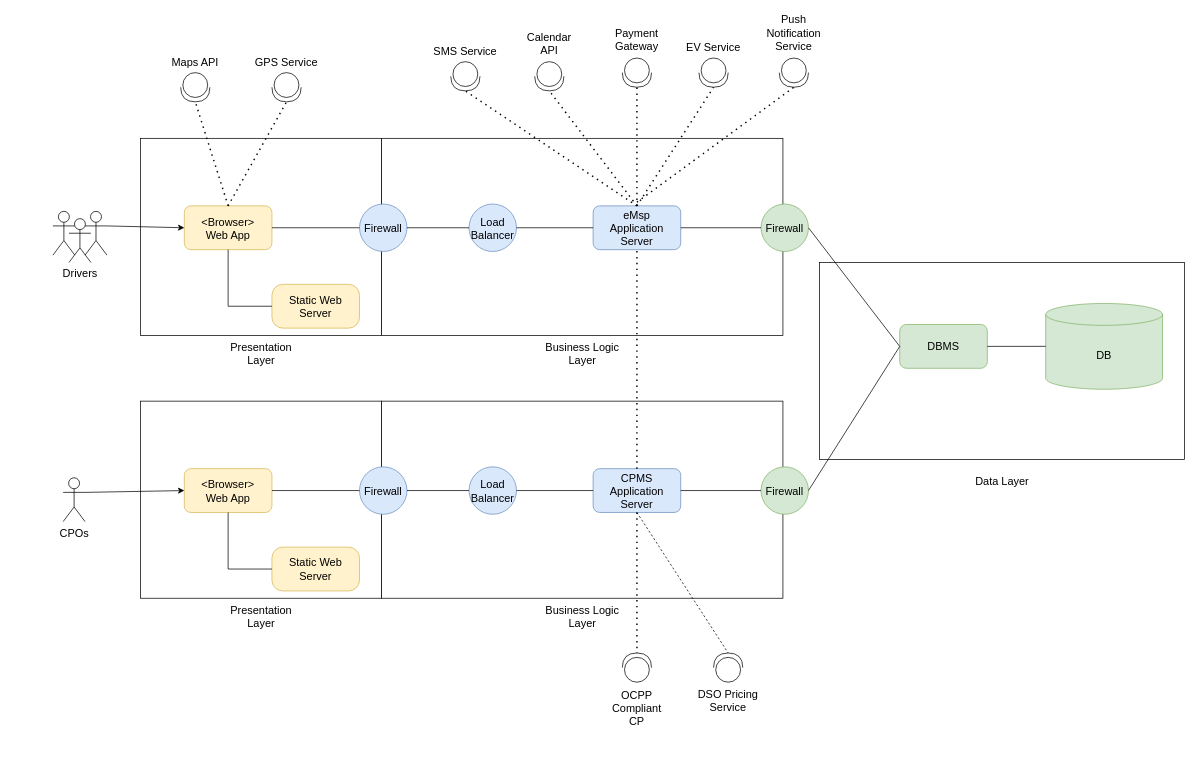
gio-del/eMall keeps this draw.io diagram as DD/src/Overview/overview_diagram.drawio. Above is the earlier version. Source tidied: cells renumbered, new cells numbered last; positions are measured from the earlier drawing's top-left corner, leaving out a move shared by most shapes. Both pictures are drawn from the tidied source at 73%, with x=0, y=0 at pixel (53, 21). Pictures stored in the file or linked from it are replaced by grey dashed boxes.
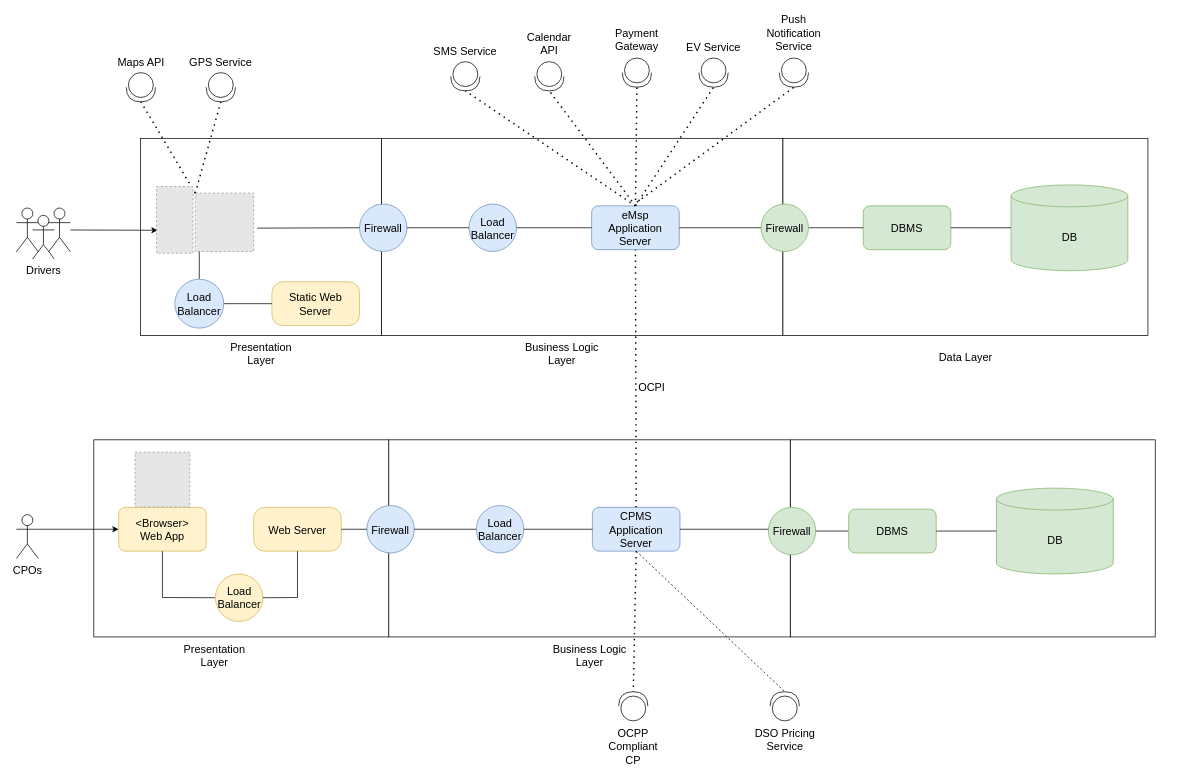
The same page after the edit.

Commit message (it also covers changes not shown here):
DD: component diagram, overall architecture

The change refers to these unchanged cells:
```xml
<mxCell id="12" value="&lt;div style=&quot;font-size: 15px;&quot;&gt;Firewall&lt;/div&gt;" style="ellipse;whiteSpace=wrap;html=1;fillColor=#dae8fc;strokeColor=#6c8ebf;fontSize=15;" parent="1" vertex="1">
  <mxGeometry x="420" y="250" width="65" height="65" as="geometry" />
</mxCell>
```

The edit, as a diff of the source:
```diff
@@
+    <mxCell id="73" style="rounded=0;whiteSpace=wrap;html=1;fontSize=15;" parent="1" vertex="1">
+      <mxGeometry x="1010" y="573" width="500" height="270" as="geometry" />
+    </mxCell>
@@
-    <mxCell id="4" value="&lt;div style=&quot;font-size: 15px;&quot;&gt;&amp;lt;Browser&amp;gt;&lt;/div&gt;&lt;div style=&quot;font-size: 15px;&quot;&gt;Web App&lt;/div&gt;" style="rounded=1;whiteSpace=wrap;html=1;fillColor=#fff2cc;strokeColor=#d6b656;fontSize=15;" parent="1" vertex="1">
-      <mxGeometry x="180" y="252.5" width="120" height="60" as="geometry" />
-    </mxCell>
     <mxCell id="5" style="shape=umlActor;verticalLabelPosition=bottom;verticalAlign=top;html=1;fontSize=15;" parent="1" vertex="1">
-      <mxGeometry y="260" width="30" height="60" as="geometry" />
+      <mxGeometry x="-50" y="255.5" width="30" height="60" as="geometry" />
     </mxCell>
     <mxCell id="6" value="&lt;div style=&quot;font-size: 15px;&quot;&gt;Drivers&lt;/div&gt;" style="shape=umlActor;verticalLabelPosition=bottom;verticalAlign=top;html=1;fontSize=15;" parent="1" vertex="1">
-      <mxGeometry x="22" y="270" width="30" height="60" as="geometry" />
+      <mxGeometry x="-28" y="265.5" width="30" height="60" as="geometry" />
     </mxCell>
     <mxCell id="7" value="&lt;div style=&quot;font-size: 15px;&quot;&gt;&lt;br style=&quot;font-size: 15px;&quot;&gt;&lt;/div&gt;&lt;div style=&quot;font-size: 15px;&quot;&gt;&lt;br style=&quot;font-size: 15px;&quot;&gt;&lt;/div&gt;" style="shape=umlActor;verticalLabelPosition=bottom;verticalAlign=top;html=1;outlineConnect=0;fontSize=15;" parent="1" vertex="1">
-      <mxGeometry x="44" y="260" width="30" height="60" as="geometry" />
+      <mxGeometry x="-6" y="255.5" width="30" height="60" as="geometry" />
     </mxCell>
     <mxCell id="8" value="CPOs" style="shape=umlActor;verticalLabelPosition=bottom;verticalAlign=top;html=1;outlineConnect=0;fontSize=15;" parent="1" vertex="1">
-      <mxGeometry x="14" y="625" width="30" height="60" as="geometry" />
+      <mxGeometry x="-50" y="675.5" width="30" height="60" as="geometry" />
     </mxCell>
-    <mxCell id="9" style="endArrow=classic;html=1;rounded=0;exitX=1;exitY=0.3333333333333333;exitDx=0;exitDy=0;exitPerimeter=0;entryX=0;entryY=0.5;entryDx=0;entryDy=0;fontSize=15;" parent="1" edge="1" source="7" target="4">
+    <mxCell id="9" style="endArrow=classic;html=1;rounded=0;fontSize=15;entryX=0.03;entryY=0.656;entryDx=0;entryDy=0;entryPerimeter=0;" parent="1" edge="1" source="7" target="80">
       <mxGeometry relative="1" as="geometry" />
     </mxCell>
     <mxCell id="10" value="Static Web Server" style="rounded=1;whiteSpace=wrap;html=1;arcSize=25;fillColor=#fff2cc;strokeColor=#d6b656;fontSize=15;" parent="1" vertex="1">
-      <mxGeometry x="300" y="360" width="120" height="60" as="geometry" />
+      <mxGeometry x="300" y="356.5" width="120" height="60" as="geometry" />
     </mxCell>
-    <mxCell id="11" style="endArrow=none;html=1;rounded=0;entryX=0.5;entryY=1;entryDx=0;entryDy=0;exitX=0;exitY=0.5;exitDx=0;exitDy=0;fontSize=15;" parent="1" edge="1" source="10" target="4">
+    <mxCell id="11" style="endArrow=none;html=1;rounded=0;entryX=0.5;entryY=1;entryDx=0;entryDy=0;exitX=0.5;exitY=0;exitDx=0;exitDy=0;fontSize=15;startArrow=none;" parent="1" edge="1" source="75">
       <mxGeometry relative="1" as="geometry">
-        <Array as="points">
-          <mxPoint x="240" y="390" />
-        </Array>
+        <mxPoint x="200.5" y="312.5" as="targetPoint" />
       </mxGeometry>
     </mxCell>
@@
     <mxCell id="14" value="&lt;div style=&quot;font-size: 15px;&quot;&gt;eMsp&lt;/div&gt;&lt;div style=&quot;font-size: 15px;&quot;&gt;Application Server&lt;/div&gt;" style="rounded=1;whiteSpace=wrap;html=1;fillColor=#dae8fc;strokeColor=#6c8ebf;fontSize=15;" parent="1" vertex="1">
-      <mxGeometry x="740" y="252.5" width="120" height="60" as="geometry" />
+      <mxGeometry x="738" y="252.5" width="120" height="60" as="geometry" />
     </mxCell>
-    <mxCell id="15" value="&lt;div style=&quot;font-size: 15px;&quot;&gt;Firewall&lt;/div&gt;" style="ellipse;whiteSpace=wrap;html=1;fillColor=#d5e8d4;strokeColor=#82b366;fontSize=15;" parent="1" vertex="1">
-      <mxGeometry x="970" y="250" width="65" height="65" as="geometry" />
-    </mxCell>
     <mxCell id="16" style="shape=providedRequiredInterface;html=1;verticalLabelPosition=bottom;sketch=0;rotation=90;verticalAlign=top;fontSize=15;" parent="1" vertex="1">
-      <mxGeometry x="175" y="70" width="40" height="40" as="geometry" />
+      <mxGeometry x="100.5" y="70" width="40" height="40" as="geometry" />
     </mxCell>
-    <mxCell id="17" style="endArrow=none;dashed=1;html=1;dashPattern=1 3;strokeWidth=2;rounded=0;entryX=1;entryY=0.5;entryDx=0;entryDy=0;entryPerimeter=0;exitX=0.5;exitY=0;exitDx=0;exitDy=0;fontSize=15;" parent="1" edge="1" source="4" target="16">
+    <mxCell id="17" style="endArrow=none;dashed=1;html=1;dashPattern=1 3;strokeWidth=2;rounded=0;entryX=1;entryY=0.5;entryDx=0;entryDy=0;entryPerimeter=0;fontSize=15;exitX=0;exitY=0;exitDx=0;exitDy=0;" parent="1" edge="1" source="81" target="16">
       <mxGeometry relative="1" as="geometry" />
     </mxCell>
-    <mxCell id="18" style="endArrow=none;html=1;rounded=0;exitX=1;exitY=0.5;exitDx=0;exitDy=0;entryX=0;entryY=0.5;entryDx=0;entryDy=0;fontSize=15;" parent="1" edge="1" source="4" target="12">
-      <mxGeometry relative="1" as="geometry" />
+    <mxCell id="18" style="endArrow=none;html=1;rounded=0;entryX=0;entryY=0.5;entryDx=0;entryDy=0;fontSize=15;" parent="1" edge="1" target="12">
+      <mxGeometry relative="1" as="geometry">
+        <mxPoint x="280" y="283" as="sourcePoint" />
+      </mxGeometry>
     </mxCell>
@@
     <mxCell id="23" value="Business Logic Layer" style="text;html=1;strokeColor=none;fillColor=none;align=center;verticalAlign=middle;whiteSpace=wrap;rounded=0;fontSize=15;" parent="1" vertex="1">
-      <mxGeometry x="662.5" y="440" width="125" height="30" as="geometry" />
+      <mxGeometry x="635" y="440" width="125" height="30" as="geometry" />
     </mxCell>
     <mxCell id="24" value="Maps API" style="text;html=1;strokeColor=none;fillColor=none;align=center;verticalAlign=middle;whiteSpace=wrap;rounded=0;fontSize=15;" parent="1" vertex="1">
-      <mxGeometry x="150" y="40" width="90" height="30" as="geometry" />
+      <mxGeometry x="75.5" y="40" width="90" height="30" as="geometry" />
     </mxCell>
     <mxCell id="25" style="rounded=0;whiteSpace=wrap;html=1;fontSize=15;" parent="1" vertex="1">
-      <mxGeometry x="1050" y="330" width="500" height="270" as="geometry" />
+      <mxGeometry x="1000" y="160" width="500" height="270" as="geometry" />
     </mxCell>
     <mxCell id="26" style="rounded=0;whiteSpace=wrap;html=1;fontSize=15;" parent="1" vertex="1">
-      <mxGeometry x="450" y="520" width="550" height="270" as="geometry" />
+      <mxGeometry x="460" y="573" width="550" height="270" as="geometry" />
     </mxCell>
     <mxCell id="27" style="rounded=0;whiteSpace=wrap;html=1;fontSize=15;" parent="1" vertex="1">
-      <mxGeometry x="120" y="520" width="330" height="270" as="geometry" />
+      <mxGeometry x="56" y="573" width="404" height="270" as="geometry" />
     </mxCell>
     <mxCell id="28" value="&lt;div style=&quot;font-size: 15px;&quot;&gt;&amp;lt;Browser&amp;gt;&lt;/div&gt;&lt;div style=&quot;font-size: 15px;&quot;&gt;Web App&lt;/div&gt;" style="rounded=1;whiteSpace=wrap;html=1;fillColor=#fff2cc;strokeColor=#d6b656;fontSize=15;" parent="1" vertex="1">
-      <mxGeometry x="180" y="612.5" width="120" height="60" as="geometry" />
+      <mxGeometry x="90" y="665.5" width="120" height="60" as="geometry" />
     </mxCell>
-    <mxCell id="29" value="Static Web Server" style="rounded=1;whiteSpace=wrap;html=1;arcSize=25;fillColor=#fff2cc;strokeColor=#d6b656;fontSize=15;" parent="1" vertex="1">
-      <mxGeometry x="300" y="720" width="120" height="60" as="geometry" />
+    <mxCell id="29" value="Web Server" style="rounded=1;whiteSpace=wrap;html=1;arcSize=25;fillColor=#fff2cc;strokeColor=#d6b656;fontSize=15;" parent="1" vertex="1">
+      <mxGeometry x="275" y="665.5" width="120" height="60" as="geometry" />
     </mxCell>
-    <mxCell id="30" style="endArrow=none;html=1;rounded=0;entryX=0.5;entryY=1;entryDx=0;entryDy=0;exitX=0;exitY=0.5;exitDx=0;exitDy=0;fontSize=15;" parent="1" edge="1" source="29" target="28">
-      <mxGeometry relative="1" as="geometry">
-        <Array as="points">
-          <mxPoint x="240" y="750" />
-        </Array>
-      </mxGeometry>
-    </mxCell>
     <mxCell id="31" value="&lt;div style=&quot;font-size: 15px;&quot;&gt;Firewall&lt;/div&gt;" style="ellipse;whiteSpace=wrap;html=1;fillColor=#dae8fc;strokeColor=#6c8ebf;fontSize=15;" parent="1" vertex="1">
-      <mxGeometry x="420" y="610" width="65" height="65" as="geometry" />
+      <mxGeometry x="430" y="663" width="65" height="65" as="geometry" />
     </mxCell>
     <mxCell id="32" value="Load Balancer" style="ellipse;whiteSpace=wrap;html=1;fillColor=#dae8fc;strokeColor=#6c8ebf;fontSize=15;" parent="1" vertex="1">
-      <mxGeometry x="570" y="610" width="65" height="65" as="geometry" />
+      <mxGeometry x="580" y="663" width="65" height="65" as="geometry" />
     </mxCell>
     <mxCell id="33" value="&lt;div style=&quot;font-size: 15px;&quot;&gt;CPMS&lt;/div&gt;&lt;div style=&quot;font-size: 15px;&quot;&gt;Application Server&lt;/div&gt;" style="rounded=1;whiteSpace=wrap;html=1;fillColor=#dae8fc;strokeColor=#6c8ebf;fontSize=15;" parent="1" vertex="1">
-      <mxGeometry x="740" y="612.5" width="120" height="60" as="geometry" />
+      <mxGeometry x="739" y="665.5" width="120" height="60" as="geometry" />
     </mxCell>
     <mxCell id="34" value="&lt;div style=&quot;font-size: 15px;&quot;&gt;Firewall&lt;/div&gt;" style="ellipse;whiteSpace=wrap;html=1;fillColor=#d5e8d4;strokeColor=#82b366;fontSize=15;" parent="1" vertex="1">
-      <mxGeometry x="970" y="610" width="65" height="65" as="geometry" />
+      <mxGeometry x="980" y="665.5" width="65" height="65" as="geometry" />
     </mxCell>
     <mxCell id="35" value="DBMS" style="rounded=1;whiteSpace=wrap;html=1;fillColor=#d5e8d4;strokeColor=#82b366;fontSize=15;" parent="1" vertex="1">
-      <mxGeometry x="1160" y="415" width="120" height="60" as="geometry" />
+      <mxGeometry x="1110" y="252.5" width="120" height="60" as="geometry" />
     </mxCell>
     <mxCell id="36" value="DB" style="shape=cylinder3;whiteSpace=wrap;html=1;boundedLbl=1;backgroundOutline=1;size=15;fillColor=#d5e8d4;strokeColor=#82b366;fontSize=15;" parent="1" vertex="1">
-      <mxGeometry x="1360" y="386.2" width="160" height="117.5" as="geometry" />
+      <mxGeometry x="1312.5" y="223.8" width="160" height="117.5" as="geometry" />
     </mxCell>
-    <mxCell id="37" style="endArrow=none;html=1;rounded=0;exitX=1;exitY=0.5;exitDx=0;exitDy=0;entryX=0;entryY=0.5;entryDx=0;entryDy=0;fontSize=15;" parent="1" edge="1" source="28" target="31">
-      <mxGeometry relative="1" as="geometry" />
+    <mxCell id="37" style="endArrow=none;html=1;rounded=0;exitX=0.5;exitY=1;exitDx=0;exitDy=0;fontSize=15;entryX=0;entryY=0.5;entryDx=0;entryDy=0;" parent="1" edge="1" source="28" target="83">
+      <mxGeometry relative="1" as="geometry">
+        <Array as="points">
+          <mxPoint x="150" y="789" />
+        </Array>
+      </mxGeometry>
     </mxCell>
@@
-    <mxCell id="40" style="endArrow=none;html=1;rounded=0;exitX=1;exitY=0.5;exitDx=0;exitDy=0;entryX=0;entryY=0.5;entryDx=0;entryDy=0;fontSize=15;" parent="1" edge="1" source="33" target="34">
-      <mxGeometry relative="1" as="geometry" />
+    <mxCell id="40" style="endArrow=none;html=1;rounded=0;exitX=1;exitY=0.5;exitDx=0;exitDy=0;entryX=0;entryY=0.5;entryDx=0;entryDy=0;fontSize=15;" parent="1" edge="1" source="33">
+      <mxGeometry relative="1" as="geometry">
+        <mxPoint x="980" y="695.5" as="targetPoint" />
+      </mxGeometry>
     </mxCell>
-    <mxCell id="41" style="endArrow=none;html=1;rounded=0;exitX=1;exitY=0.5;exitDx=0;exitDy=0;entryX=0;entryY=0.5;entryDx=0;entryDy=0;fontSize=15;" parent="1" edge="1" source="34" target="35">
+    <mxCell id="41" style="endArrow=none;html=1;rounded=0;exitX=1;exitY=0.5;exitDx=0;exitDy=0;fontSize=15;entryX=0;entryY=0.5;entryDx=0;entryDy=0;" parent="1" edge="1" source="34" target="77">
       <mxGeometry relative="1" as="geometry" />
     </mxCell>
@@
     <mxCell id="43" value="Presentation Layer" style="text;html=1;strokeColor=none;fillColor=none;align=center;verticalAlign=middle;whiteSpace=wrap;rounded=0;fontSize=15;" parent="1" vertex="1">
-      <mxGeometry x="222.5" y="800" width="125" height="30" as="geometry" />
+      <mxGeometry x="158.5" y="853" width="125" height="30" as="geometry" />
     </mxCell>
     <mxCell id="44" value="Business Logic Layer" style="text;html=1;strokeColor=none;fillColor=none;align=center;verticalAlign=middle;whiteSpace=wrap;rounded=0;fontSize=15;" parent="1" vertex="1">
-      <mxGeometry x="662.5" y="800" width="125" height="30" as="geometry" />
+      <mxGeometry x="672.5" y="853" width="125" height="30" as="geometry" />
     </mxCell>
     <mxCell id="45" value="Data Layer" style="text;html=1;strokeColor=none;fillColor=none;align=center;verticalAlign=middle;whiteSpace=wrap;rounded=0;fontSize=15;" parent="1" vertex="1">
-      <mxGeometry x="1237.5" y="615" width="125" height="30" as="geometry" />
+      <mxGeometry x="1187.5" y="445" width="125" height="30" as="geometry" />
     </mxCell>
@@
-    <mxCell id="47" style="endArrow=none;dashed=1;html=1;dashPattern=1 3;strokeWidth=2;rounded=0;entryX=0.5;entryY=1;entryDx=0;entryDy=0;exitX=0.5;exitY=0;exitDx=0;exitDy=0;" parent="1" edge="1" source="33" target="14">
+    <mxCell id="47" style="endArrow=none;dashed=1;html=1;dashPattern=1 3;strokeWidth=2;rounded=0;entryX=0.5;entryY=1;entryDx=0;entryDy=0;exitX=0.5;exitY=0;exitDx=0;exitDy=0;fontSize=15;" parent="1" edge="1" source="33" target="14">
       <mxGeometry relative="1" as="geometry" />
     </mxCell>
+    <mxCell id="74" value="OCPI" style="edgeLabel;html=1;align=center;verticalAlign=middle;fontSize=15;" parent="47" vertex="1">
+      <mxGeometry x="-0.13" relative="1" as="geometry">
+        <mxPoint x="21" y="-11" as="offset" />
+      </mxGeometry>
+    </mxCell>
     <mxCell id="48" style="shape=providedRequiredInterface;html=1;verticalLabelPosition=bottom;sketch=0;rotation=-90;verticalAlign=top;fontSize=15;" parent="1" vertex="1">
-      <mxGeometry x="780" y="865" width="40" height="40" as="geometry" />
+      <mxGeometry x="775" y="918" width="40" height="40" as="geometry" />
     </mxCell>
@@
     <mxCell id="50" value="OCPP Compliant CP" style="text;html=1;strokeColor=none;fillColor=none;align=center;verticalAlign=middle;whiteSpace=wrap;rounded=0;fontSize=15;" parent="1" vertex="1">
-      <mxGeometry x="755" y="925" width="90" height="30" as="geometry" />
+      <mxGeometry x="750" y="978" width="90" height="30" as="geometry" />
     </mxCell>
-    <mxCell id="51" style="endArrow=none;dashed=1;html=1;rounded=0;exitX=0.5;exitY=1;exitDx=0;exitDy=0;entryX=1;entryY=0.5;entryDx=0;entryDy=0;entryPerimeter=0;" parent="1" edge="1" source="33" target="70">
+    <mxCell id="51" style="endArrow=none;dashed=1;html=1;rounded=0;exitX=0.5;exitY=1;exitDx=0;exitDy=0;entryX=1;entryY=0.5;entryDx=0;entryDy=0;entryPerimeter=0;fontSize=15;" parent="1" edge="1" source="33" target="70">
       <mxGeometry relative="1" as="geometry" />
     </mxCell>
-    <mxCell id="52" style="endArrow=none;dashed=1;html=1;dashPattern=1 3;strokeWidth=2;rounded=0;exitX=0.5;exitY=0;exitDx=0;exitDy=0;fontSize=15;entryX=1;entryY=0.5;entryDx=0;entryDy=0;entryPerimeter=0;" parent="1" edge="1" source="4" target="53">
+    <mxCell id="52" style="endArrow=none;dashed=1;html=1;dashPattern=1 3;strokeWidth=2;rounded=0;fontSize=15;entryX=1;entryY=0.5;entryDx=0;entryDy=0;entryPerimeter=0;exitX=0;exitY=0;exitDx=0;exitDy=0;" parent="1" edge="1" source="81" target="53">
       <mxGeometry relative="1" as="geometry" />
     </mxCell>
     <mxCell id="53" style="shape=providedRequiredInterface;html=1;verticalLabelPosition=bottom;sketch=0;rotation=90;verticalAlign=top;fontSize=15;" parent="1" vertex="1">
-      <mxGeometry x="300" y="70" width="40" height="40" as="geometry" />
+      <mxGeometry x="210" y="70" width="40" height="40" as="geometry" />
     </mxCell>
     <mxCell id="54" value="GPS Service" style="text;html=1;strokeColor=none;fillColor=none;align=center;verticalAlign=middle;whiteSpace=wrap;rounded=0;fontSize=15;" parent="1" vertex="1">
-      <mxGeometry x="275" y="40" width="90" height="30" as="geometry" />
+      <mxGeometry x="185" y="40" width="90" height="30" as="geometry" />
     </mxCell>
@@
-    <mxCell id="70" style="shape=providedRequiredInterface;html=1;verticalLabelPosition=bottom;sketch=0;rotation=-90;verticalAlign=top;fontSize=15;" parent="1" vertex="1">
-      <mxGeometry x="905" y="865" width="40" height="40" as="geometry" />
+    <mxCell id="70" style="shape=providedRequiredInterface;html=1;verticalLabelPosition=bottom;sketch=0;rotation=-90;verticalAlign=top;fontSize=15;shadow=0;" parent="1" vertex="1">
+      <mxGeometry x="982.5" y="918" width="40" height="40" as="geometry" />
     </mxCell>
     <mxCell id="71" value="DSO Pricing Service" style="text;html=1;strokeColor=none;fillColor=none;align=center;verticalAlign=middle;whiteSpace=wrap;rounded=0;fontSize=15;" parent="1" vertex="1">
-      <mxGeometry x="880" y="915" width="90" height="30" as="geometry" />
+      <mxGeometry x="957.5" y="968" width="90" height="30" as="geometry" />
     </mxCell>
@@
+    <mxCell id="15" value="&lt;div style=&quot;font-size: 15px;&quot;&gt;Firewall&lt;/div&gt;" style="ellipse;whiteSpace=wrap;html=1;fillColor=#d5e8d4;strokeColor=#82b366;fontSize=15;" parent="1" vertex="1">
+      <mxGeometry x="970" y="250" width="65" height="65" as="geometry" />
+    </mxCell>
+    <mxCell id="75" value="&lt;div&gt;Load&lt;/div&gt;&lt;div&gt;Balancer&lt;br&gt;&lt;/div&gt;" style="ellipse;whiteSpace=wrap;html=1;fillColor=#dae8fc;strokeColor=#6c8ebf;fontSize=15;" parent="1" vertex="1">
+      <mxGeometry x="167" y="353" width="67" height="67" as="geometry" />
+    </mxCell>
+    <mxCell id="76" style="endArrow=none;html=1;rounded=0;entryX=1;entryY=0.5;entryDx=0;entryDy=0;exitX=0;exitY=0.5;exitDx=0;exitDy=0;fontSize=15;" parent="1" edge="1" source="10" target="75">
+      <mxGeometry relative="1" as="geometry" />
+    </mxCell>
+    <mxCell id="77" value="DBMS" style="rounded=1;whiteSpace=wrap;html=1;fillColor=#d5e8d4;strokeColor=#82b366;fontSize=15;" parent="1" vertex="1">
+      <mxGeometry x="1090" y="668" width="120" height="60" as="geometry" />
+    </mxCell>
+    <mxCell id="78" value="DB" style="shape=cylinder3;whiteSpace=wrap;html=1;boundedLbl=1;backgroundOutline=1;size=15;fillColor=#d5e8d4;strokeColor=#82b366;fontSize=15;" parent="1" vertex="1">
+      <mxGeometry x="1292.5" y="639.2" width="160" height="117.5" as="geometry" />
+    </mxCell>
+    <mxCell id="79" style="endArrow=none;html=1;rounded=0;exitX=1;exitY=0.5;exitDx=0;exitDy=0;entryX=0;entryY=0.5;entryDx=0;entryDy=0;entryPerimeter=0;fontSize=15;" parent="1" edge="1" source="77" target="78">
+      <mxGeometry relative="1" as="geometry" />
+    </mxCell>
+    <mxCell id="80" style="fillColor=#E6E6E6;strokeColor=#999999;dashed=1;verticalLabelPosition=bottom;labelBackgroundColor=#ffffff;verticalAlign=top;" parent="1" vertex="1">
+      <mxGeometry x="142" y="226" width="50" height="91.4" as="geometry" />
+    </mxCell>
+    <mxCell id="81" style="fillColor=#E6E6E6;strokeColor=#999999;dashed=1;verticalLabelPosition=bottom;labelBackgroundColor=#ffffff;verticalAlign=top;" parent="1" vertex="1">
+      <mxGeometry x="195" y="235" width="80" height="80" as="geometry" />
+    </mxCell>
+    <mxCell id="82" style="fillColor=#E6E6E6;strokeColor=#999999;dashed=1;verticalLabelPosition=bottom;labelBackgroundColor=#ffffff;verticalAlign=top;" parent="1" vertex="1">
+      <mxGeometry x="112.5" y="590" width="75" height="75" as="geometry" />
+    </mxCell>
+    <mxCell id="83" value="Load Balancer" style="ellipse;whiteSpace=wrap;html=1;fillColor=#fff2cc;strokeColor=#d6b656;fontSize=15;" parent="1" vertex="1">
+      <mxGeometry x="222.5" y="756.8" width="65" height="65" as="geometry" />
+    </mxCell>
+    <mxCell id="84" style="endArrow=none;html=1;rounded=0;exitX=1;exitY=0.5;exitDx=0;exitDy=0;fontSize=15;entryX=0.5;entryY=1;entryDx=0;entryDy=0;" parent="1" edge="1" source="83" target="29">
+      <mxGeometry relative="1" as="geometry">
+        <Array as="points">
+          <mxPoint x="335" y="789" />
+        </Array>
+      </mxGeometry>
+    </mxCell>
+    <mxCell id="85" style="endArrow=none;html=1;rounded=0;exitX=1;exitY=0.5;exitDx=0;exitDy=0;fontSize=15;entryX=0;entryY=0.5;entryDx=0;entryDy=0;" parent="1" edge="1" source="29" target="31">
+      <mxGeometry relative="1" as="geometry" />
+    </mxCell>
```
